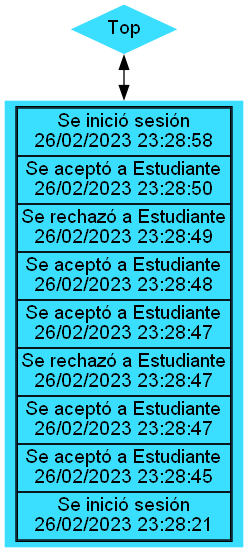
Before: EDD_Proyecto1_Fase1/Bitacora de Admin(Stack).png, a diagram exported from Graphviz (robinbuezo11/EDD_1S2023_PY_201944994). Its source is kept beside it as EDD_Proyecto1_Fase1/Bitacora de Admin(Stack).dot.
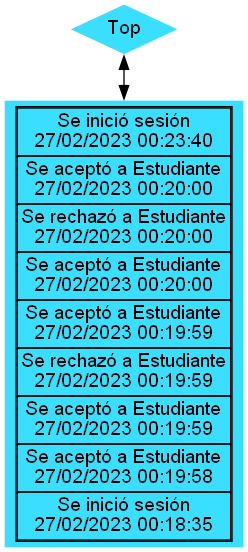
The same diagram one commit later.

Change to the diagram source:
```diff
@@ -3,14 +3,14 @@
 edge [dir=both]
 rankdir=TB;
 Top [shape=Mdiamond]
-N[label=<<table cellspacing="0"><tr><td>Se inició sesión<br/>26/02/2023 23:28:58</td></tr>
-<tr><td>Se aceptó a Estudiante<br/>26/02/2023 23:28:50</td></tr>
-<tr><td>Se rechazó a Estudiante<br/>26/02/2023 23:28:49</td></tr>
-<tr><td>Se aceptó a Estudiante<br/>26/02/2023 23:28:48</td></tr>
-<tr><td>Se aceptó a Estudiante<br/>26/02/2023 23:28:47</td></tr>
-<tr><td>Se rechazó a Estudiante<br/>26/02/2023 23:28:47</td></tr>
-<tr><td>Se aceptó a Estudiante<br/>26/02/2023 23:28:47</td></tr>
-<tr><td>Se aceptó a Estudiante<br/>26/02/2023 23:28:45</td></tr>
-<tr><td>Se inició sesión<br/>26/02/2023 23:28:21</td></tr></table>>]
+N[label=<<table cellspacing="0"><tr><td>Se inició sesión<br/>27/02/2023 00:23:40</td></tr>
+<tr><td>Se aceptó a Estudiante<br/>27/02/2023 00:20:00</td></tr>
+<tr><td>Se rechazó a Estudiante<br/>27/02/2023 00:20:00</td></tr>
+<tr><td>Se aceptó a Estudiante<br/>27/02/2023 00:20:00</td></tr>
+<tr><td>Se aceptó a Estudiante<br/>27/02/2023 00:19:59</td></tr>
+<tr><td>Se rechazó a Estudiante<br/>27/02/2023 00:19:59</td></tr>
+<tr><td>Se aceptó a Estudiante<br/>27/02/2023 00:19:59</td></tr>
+<tr><td>Se aceptó a Estudiante<br/>27/02/2023 00:19:58</td></tr>
+<tr><td>Se inició sesión<br/>27/02/2023 00:18:35</td></tr></table>>]
 Top -> N
 }
```
